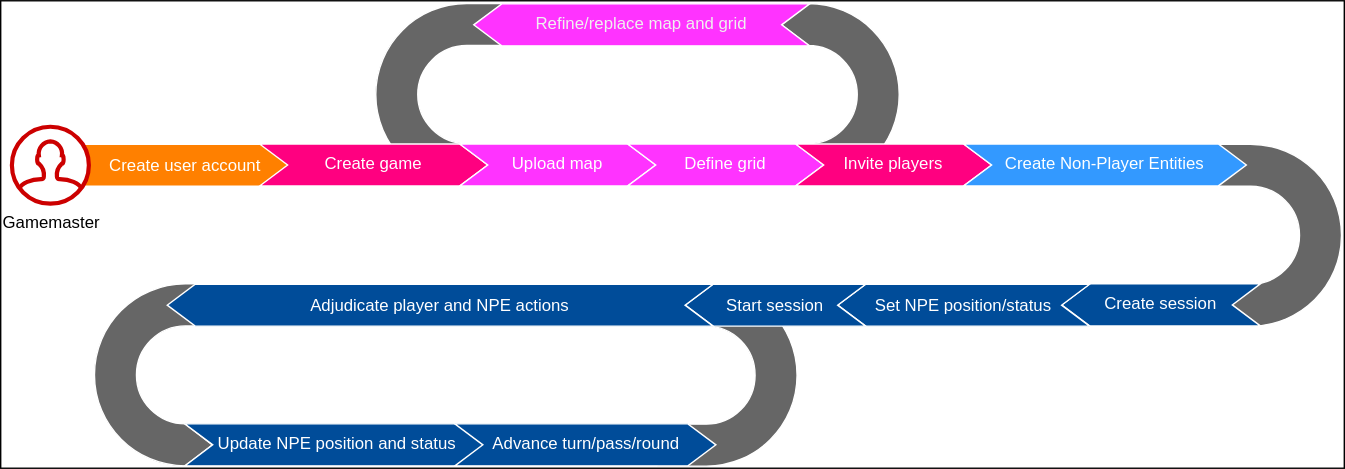
This is packages/docs/assets/gm-journey.drawio.svg from adamfitzpatrick/grid-wolf, a draw.io export, as it was before one commit. Source tidied: cells renumbered, new cells last; positions are measured from the earlier drawing's top-left corner, leaving out a move shared by most shapes.
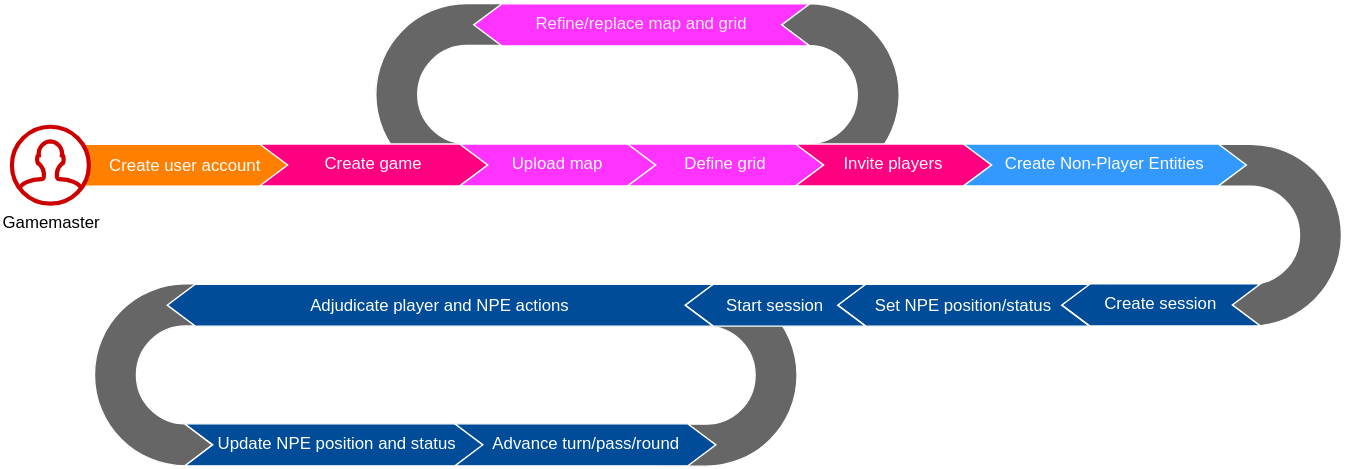
The same diagram one commit later.

Commit message:
Color correction #2

What changed in the source:
```diff
@@ -2,7 +2,7 @@
   <root>
     <mxCell id="0" />
     <mxCell id="1" parent="0" />
-    <mxCell id="2" style="rounded=0;whiteSpace=wrap;html=1;strokeColor=default;fillColor=#FFFFFF;" parent="1" vertex="1">
+    <mxCell id="2" style="rounded=0;whiteSpace=wrap;html=1;strokeColor=none;fillColor=#FFFFFF;" parent="1" vertex="1">
       <mxGeometry width="960" height="334" as="geometry" />
     </mxCell>
     <mxCell id="3" style="html=1;shadow=0;dashed=0;align=center;verticalAlign=middle;shape=mxgraph.arrows2.uTurnArrow;dy=15;arrowHead=30;dx2=19.3;strokeColor=#FFFFFF;strokeWidth=1;fillColor=#666666;flipV=0;flipH=1;" parent="1" vertex="1">
```
